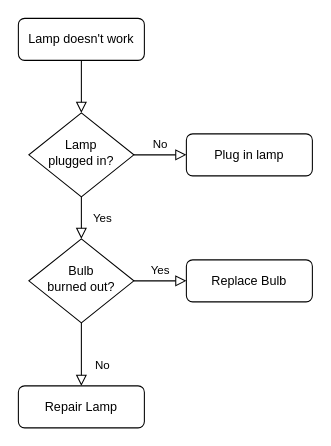
Above: fibonaccichallenge.drawio in Kenliero/drawiorep (draw.io), before the change. Source tidied: cells renumbered, new cells numbered last; positions are measured from the earlier drawing's top-left corner, leaving out a move shared by most shapes. Both pictures are drawn from the tidied source at 105%, with x=0, y=0 at pixel (18, 18).
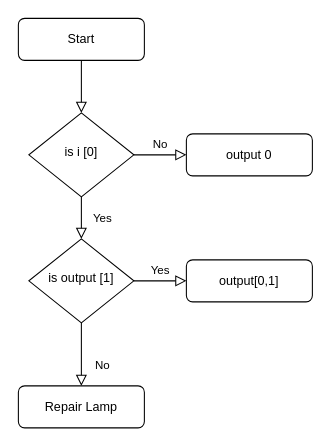
After the change.

Diff of the diagram source:
```diff
@@
 <mxGraphModel>
   <root>
     <mxCell id="0" />
     <mxCell id="1" parent="0" />
     <mxCell id="2" style="rounded=0;html=1;jettySize=auto;fontSize=11;endArrow=block;endFill=0;endSize=8;strokeWidth=1;shadow=0;labelBackgroundColor=none;edgeStyle=orthogonalEdgeStyle;" parent="1" edge="1" source="3" target="6">
       <mxGeometry relative="1" as="geometry" />
     </mxCell>
-    <mxCell id="3" value="Lamp doesn't work" style="rounded=1;whiteSpace=wrap;html=1;fontSize=12;glass=0;strokeWidth=1;shadow=0;" parent="1" vertex="1">
+    <mxCell id="3" value="Start" style="rounded=1;whiteSpace=wrap;html=1;fontSize=12;glass=0;strokeWidth=1;shadow=0;" parent="1" vertex="1">
       <mxGeometry width="120" height="40" as="geometry" />
     </mxCell>
     <mxCell id="4" value="Yes" style="rounded=0;html=1;jettySize=auto;fontSize=11;endArrow=block;endFill=0;endSize=8;strokeWidth=1;shadow=0;labelBackgroundColor=none;edgeStyle=orthogonalEdgeStyle;" parent="1" edge="1" source="6" target="10">
       <mxGeometry y="20" relative="1" as="geometry" />
     </mxCell>
     <mxCell id="5" value="No" style="edgeStyle=orthogonalEdgeStyle;rounded=0;html=1;jettySize=auto;fontSize=11;endArrow=block;endFill=0;endSize=8;strokeWidth=1;shadow=0;labelBackgroundColor=none;" parent="1" edge="1" source="6" target="7">
       <mxGeometry y="10" relative="1" as="geometry" />
     </mxCell>
-    <mxCell id="6" value="Lamp&lt;br&gt;plugged in?" style="rhombus;whiteSpace=wrap;html=1;shadow=0;fontFamily=Helvetica;fontSize=12;align=center;strokeWidth=1;spacing=6;spacingTop=-4;" parent="1" vertex="1">
+    <mxCell id="6" value="is i [0]" style="rhombus;whiteSpace=wrap;html=1;shadow=0;fontFamily=Helvetica;fontSize=12;align=center;strokeWidth=1;spacing=6;spacingTop=-4;" parent="1" vertex="1">
       <mxGeometry x="10" y="90" width="100" height="80" as="geometry" />
     </mxCell>
-    <mxCell id="7" value="Plug in lamp" style="rounded=1;whiteSpace=wrap;html=1;fontSize=12;glass=0;strokeWidth=1;shadow=0;" parent="1" vertex="1">
+    <mxCell id="7" value="output 0" style="rounded=1;whiteSpace=wrap;html=1;fontSize=12;glass=0;strokeWidth=1;shadow=0;" parent="1" vertex="1">
       <mxGeometry x="160" y="110" width="120" height="40" as="geometry" />
     </mxCell>
     <mxCell id="8" value="No" style="rounded=0;html=1;jettySize=auto;fontSize=11;endArrow=block;endFill=0;endSize=8;strokeWidth=1;shadow=0;labelBackgroundColor=none;edgeStyle=orthogonalEdgeStyle;" parent="1" edge="1" source="10" target="11">
       <mxGeometry x="0.33" y="20" relative="1" as="geometry" />
     </mxCell>
     <mxCell id="9" value="Yes" style="edgeStyle=orthogonalEdgeStyle;rounded=0;html=1;jettySize=auto;fontSize=11;endArrow=block;endFill=0;endSize=8;strokeWidth=1;shadow=0;labelBackgroundColor=none;" parent="1" edge="1" source="10" target="12">
       <mxGeometry y="10" relative="1" as="geometry" />
     </mxCell>
-    <mxCell id="10" value="Bulb&lt;br&gt;burned out?" style="rhombus;whiteSpace=wrap;html=1;shadow=0;fontFamily=Helvetica;fontSize=12;align=center;strokeWidth=1;spacing=6;spacingTop=-4;" parent="1" vertex="1">
+    <mxCell id="10" value="is output [1]" style="rhombus;whiteSpace=wrap;html=1;shadow=0;fontFamily=Helvetica;fontSize=12;align=center;strokeWidth=1;spacing=6;spacingTop=-4;" parent="1" vertex="1">
       <mxGeometry x="10" y="210" width="100" height="80" as="geometry" />
     </mxCell>
     <mxCell id="11" value="Repair Lamp" style="rounded=1;whiteSpace=wrap;html=1;fontSize=12;glass=0;strokeWidth=1;shadow=0;" parent="1" vertex="1">
       <mxGeometry y="350" width="120" height="40" as="geometry" />
     </mxCell>
-    <mxCell id="12" value="Replace Bulb" style="rounded=1;whiteSpace=wrap;html=1;fontSize=12;glass=0;strokeWidth=1;shadow=0;" parent="1" vertex="1">
+    <mxCell id="12" value="output[0,1]" style="rounded=1;whiteSpace=wrap;html=1;fontSize=12;glass=0;strokeWidth=1;shadow=0;" parent="1" vertex="1">
       <mxGeometry x="160" y="230" width="120" height="40" as="geometry" />
     </mxCell>
   </root>
 </mxGraphModel>
```
